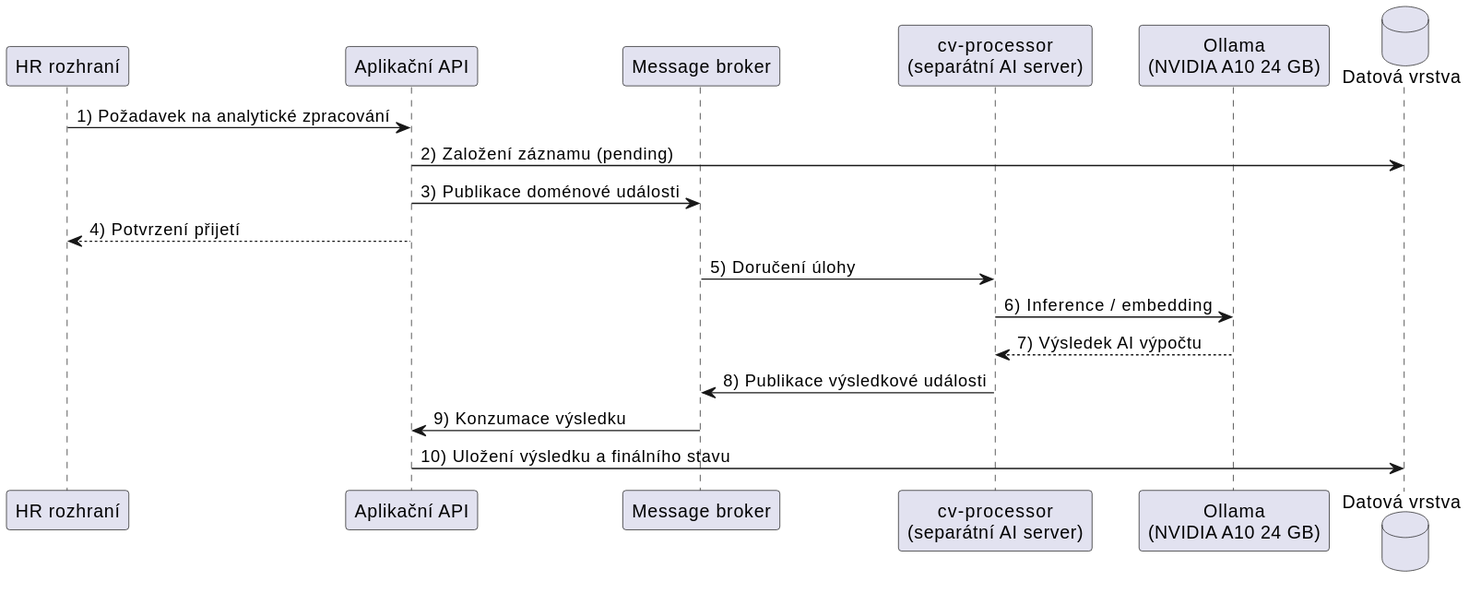
Before: procesy/architecture/seq-ai-async.svg, a diagram exported from PlantUML (pavelvachaaa/diploma-thesis). Its diagram source:
```plantuml
@startuml
skinparam shadowing false
participant "HR rozhraní" as UI
participant "Aplikační API" as API
participant "Message broker" as MQ
participant "cv-processor\n(separátní AI server)" as CVP
participant "Ollama\n(NVIDIA A10 24 GB)" as OLLAMA
database "Datová vrstva" as DB

UI -> API: 1) Požadavek na analytické zpracování
API -> DB: 2) Založení záznamu (pending)
API -> MQ: 3) Publikace doménové události
API --> UI: 4) Potvrzení přijetí
MQ -> CVP: 5) Doručení úlohy
CVP -> OLLAMA: 6) Inference / embedding
OLLAMA --> CVP: 7) Výsledek AI výpočtu
CVP -> MQ: 8) Publikace výsledkové události
MQ -> API: 9) Konzumace výsledku
API -> DB: 10) Uložení výsledku a finálního stavu
@enduml
```
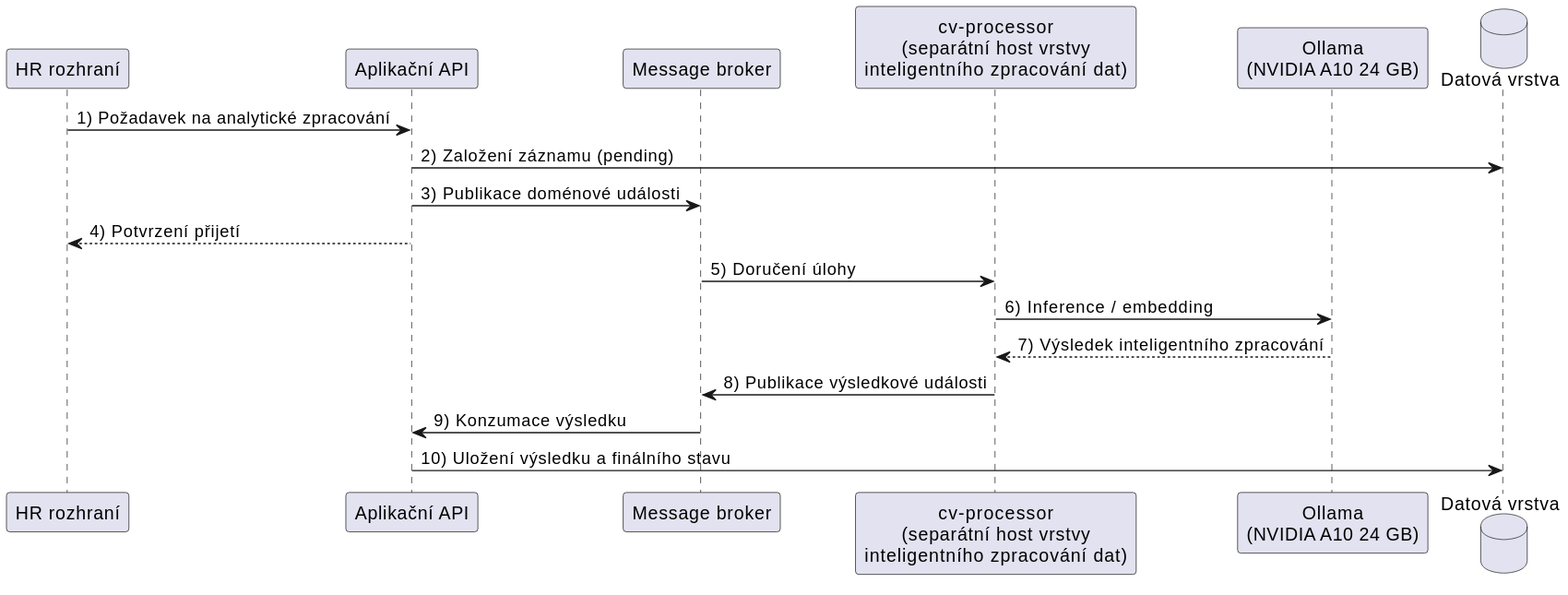
After the change.

Diff of the diagram source:
```diff
@@ -3,7 +3,7 @@
 participant "HR rozhraní" as UI
 participant "Aplikační API" as API
 participant "Message broker" as MQ
-participant "cv-processor\n(separátní AI server)" as CVP
+participant "cv-processor\n(separátní host vrstvy\ninteligentního zpracování dat)" as CVP
 participant "Ollama\n(NVIDIA A10 24 GB)" as OLLAMA
 database "Datová vrstva" as DB
 
@@ -13,7 +13,7 @@
 API --> UI: 4) Potvrzení přijetí
 MQ -> CVP: 5) Doručení úlohy
 CVP -> OLLAMA: 6) Inference / embedding
-OLLAMA --> CVP: 7) Výsledek AI výpočtu
+OLLAMA --> CVP: 7) Výsledek inteligentního zpracování
 CVP -> MQ: 8) Publikace výsledkové události
 MQ -> API: 9) Konzumace výsledku
 API -> DB: 10) Uložení výsledku a finálního stavu
```
